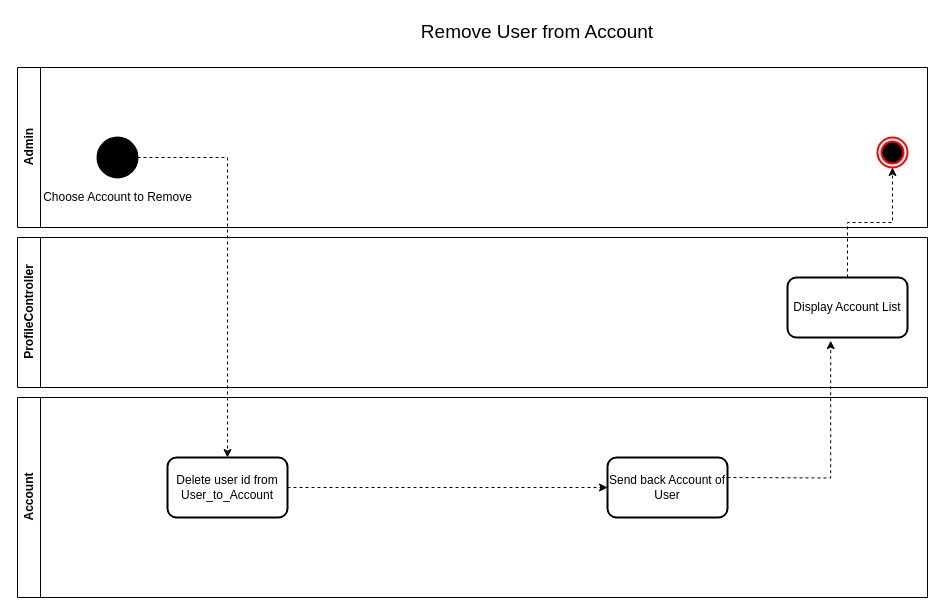
Above: Diagram/Workflow/Remove User from Account.drawio in NotAsea/Hocviec (draw.io), before the change. Source tidied: cells renumbered, new cells numbered last; positions are measured from the earlier drawing's top-left corner, leaving out a move shared by most shapes. Both pictures are drawn from the tidied source at 100%, with x=0, y=0 at pixel (17, 17).
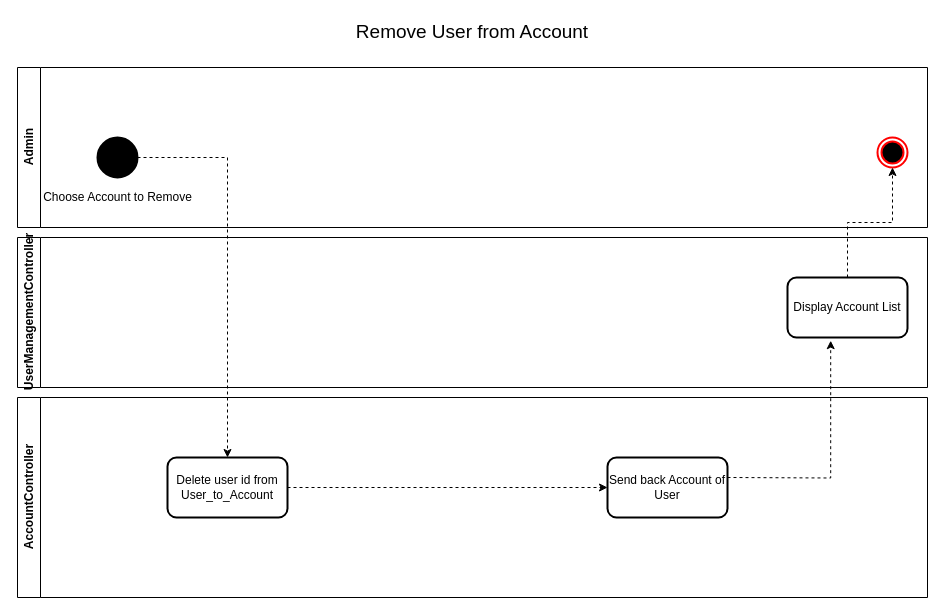
The same page after the edit.

What changed in the source:
```diff
@@
 <mxGraphModel>
   <root>
     <mxCell id="0" />
     <mxCell id="1" parent="0" />
     <mxCell id="2" value="Admin" style="swimlane;horizontal=0;whiteSpace=wrap;html=1;" parent="1" vertex="1">
       <mxGeometry y="50" width="910" height="160" as="geometry" />
     </mxCell>
     <mxCell id="3" value="Choose Account to Remove" style="shape=ellipse;html=1;fillColor=strokeColor;strokeWidth=2;verticalLabelPosition=bottom;verticalAlignment=top;perimeter=ellipsePerimeter;" parent="2" vertex="1">
       <mxGeometry x="80" y="70" width="40" height="40" as="geometry" />
     </mxCell>
     <mxCell id="4" style="ellipse;html=1;shape=endState;fillColor=#000000;strokeColor=#ff0000;strokeWidth=2;fontFamily=Helvetica;fontSize=12;fontColor=default;" parent="2" vertex="1">
       <mxGeometry x="860" y="70" width="30" height="30" as="geometry" />
     </mxCell>
-    <mxCell id="5" value="ProfileController" style="swimlane;horizontal=0;whiteSpace=wrap;html=1;" parent="1" vertex="1">
+    <mxCell id="5" value="UserManagementController" style="swimlane;horizontal=0;whiteSpace=wrap;html=1;" parent="1" vertex="1">
       <mxGeometry y="220" width="910" height="150" as="geometry" />
     </mxCell>
     <mxCell id="6" value="Display Account List" style="rounded=1;whiteSpace=wrap;html=1;strokeWidth=2;fontFamily=Helvetica;fontSize=12;" parent="5" vertex="1">
       <mxGeometry x="770" y="40" width="120" height="60" as="geometry" />
     </mxCell>
-    <mxCell id="7" value="Account" style="swimlane;horizontal=0;whiteSpace=wrap;html=1;" parent="1" vertex="1">
+    <mxCell id="7" value="AccountController" style="swimlane;horizontal=0;whiteSpace=wrap;html=1;" parent="1" vertex="1">
       <mxGeometry y="380" width="910" height="200" as="geometry" />
     </mxCell>
     <mxCell id="8" style="edgeStyle=orthogonalEdgeStyle;rounded=0;jettySize=auto;html=1;entryX=0;entryY=0.5;entryDx=0;entryDy=0;dashed=1;" parent="7" edge="1" source="9" target="10">
       <mxGeometry relative="1" as="geometry" />
     </mxCell>
     <mxCell id="9" value="Delete user id from User_to_Account" style="rounded=1;whiteSpace=wrap;html=1;strokeWidth=2;fontFamily=Helvetica;fontSize=12;" parent="7" vertex="1">
       <mxGeometry x="150" y="60" width="120" height="60" as="geometry" />
     </mxCell>
     <mxCell id="10" value="Send back Account of User" style="rounded=1;whiteSpace=wrap;html=1;strokeWidth=2;fontFamily=Helvetica;fontSize=12;" parent="7" vertex="1">
       <mxGeometry x="590" y="60" width="120" height="60" as="geometry" />
     </mxCell>
     <mxCell id="11" style="edgeStyle=orthogonalEdgeStyle;rounded=0;jettySize=auto;html=1;entryX=0.5;entryY=1;entryDx=0;entryDy=0;dashed=1;strokeWidth=1;fontFamily=Helvetica;fontSize=12;fontColor=default;" parent="1" edge="1" source="6" target="4">
       <mxGeometry relative="1" as="geometry" />
     </mxCell>
     <mxCell id="12" value="Remove User from Account" style="text;html=1;strokeColor=none;fillColor=none;align=center;verticalAlign=middle;whiteSpace=wrap;rounded=0;fontSize=19;" parent="1" vertex="1">
-      <mxGeometry x="380" width="280" height="30" as="geometry" />
+      <mxGeometry x="315" width="280" height="30" as="geometry" />
     </mxCell>
     <mxCell id="13" style="edgeStyle=orthogonalEdgeStyle;rounded=0;jettySize=auto;html=1;entryX=0.36;entryY=1.053;entryDx=0;entryDy=0;entryPerimeter=0;dashed=1;" parent="1" edge="1" target="6">
       <mxGeometry relative="1" as="geometry">
         <mxPoint x="710" y="460" as="sourcePoint" />
       </mxGeometry>
     </mxCell>
     <mxCell id="14" style="edgeStyle=orthogonalEdgeStyle;rounded=0;jettySize=auto;html=1;dashed=1;" parent="1" edge="1" source="3" target="9">
       <mxGeometry relative="1" as="geometry" />
     </mxCell>
   </root>
 </mxGraphModel>
```
